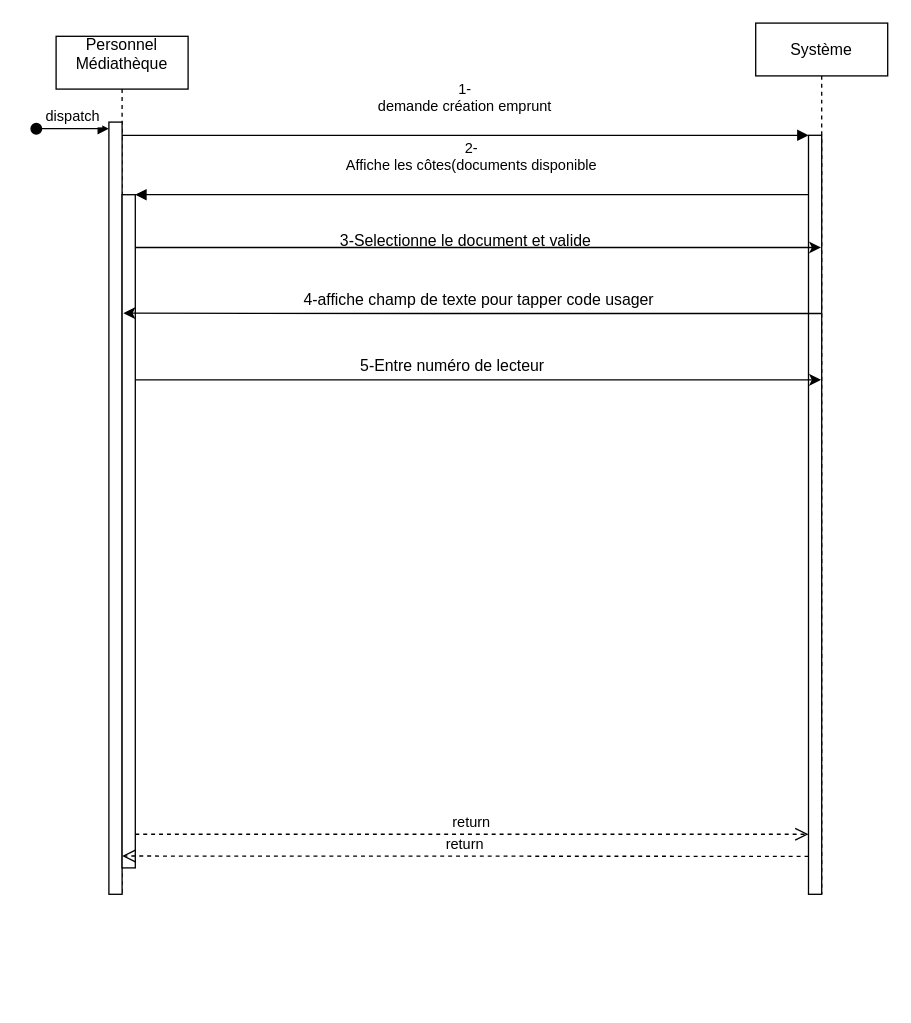
This is 2- Développer des composants d'interface/1-Maquetter une application/2- UML Partie 1/diagramme sequence mediatheque.drawio from MokhtarBeny/CDA, a draw.io file, before an edit. Source tidied: cells renumbered, new cells numbered last; positions are measured from the earlier drawing's top-left corner, leaving out a move shared by most shapes. Both pictures are drawn from the tidied source at 132%, with x=0, y=0 at pixel (36, 22).
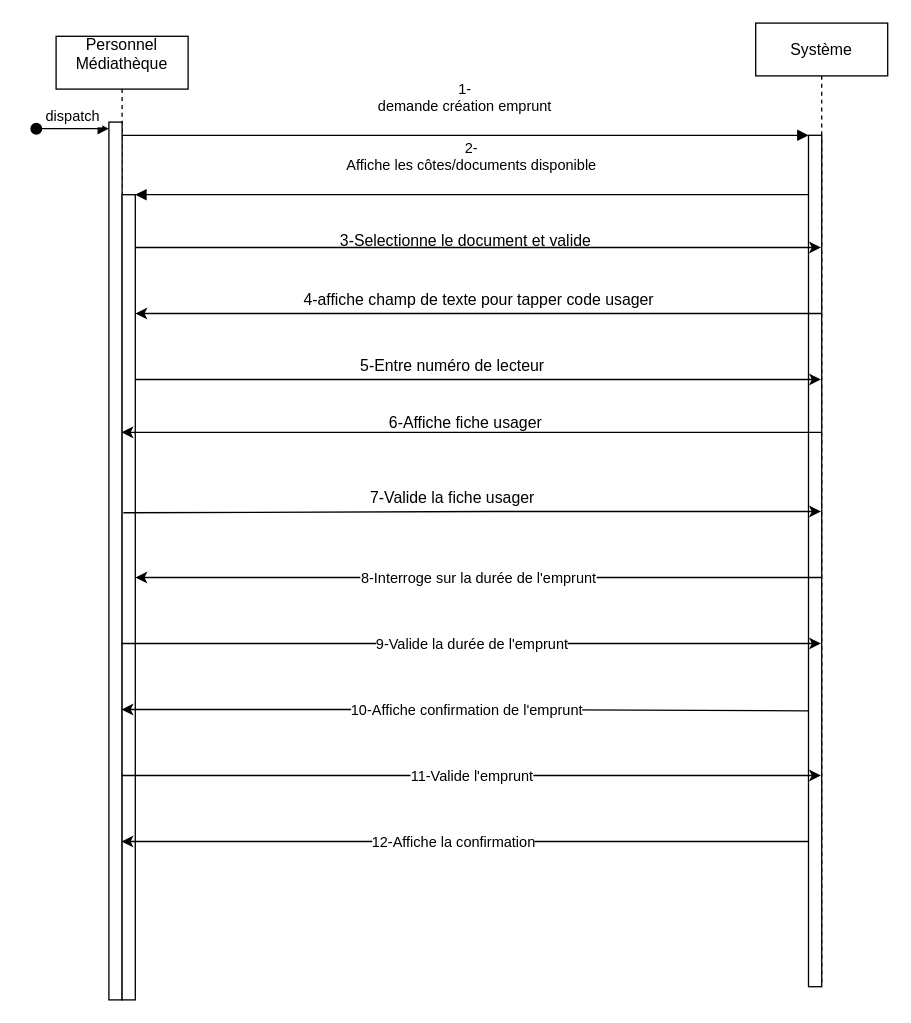
The same diagram, later.

Commit message:
Mettre à jour diagramme sequence mediatheque.drawio

Change to the diagram source:
```diff
@@
     <mxCell id="2" value="Personnel&#10;Médiathèque&#10;" style="shape=umlLifeline;perimeter=lifelinePerimeter;rounded=0;shadow=0;strokeWidth=1;" parent="1" vertex="1">
-      <mxGeometry x="15" y="10" width="100" height="650" as="geometry" />
+      <mxGeometry x="15" y="10" width="100" height="730" as="geometry" />
     </mxCell>
     <mxCell id="3" style="points=[];perimeter=orthogonalPerimeter;rounded=0;shadow=0;strokeWidth=1;" parent="2" vertex="1">
-      <mxGeometry x="40" y="65" width="10" height="585" as="geometry" />
+      <mxGeometry x="40" y="65" width="10" height="665" as="geometry" />
     </mxCell>
@@
     <mxCell id="5" style="points=[];perimeter=orthogonalPerimeter;rounded=0;shadow=0;strokeWidth=1;" parent="2" vertex="1">
-      <mxGeometry x="50" y="120" width="10" height="510" as="geometry" />
+      <mxGeometry x="50" y="120" width="10" height="610" as="geometry" />
     </mxCell>
     <mxCell id="6" value="Système" style="shape=umlLifeline;perimeter=lifelinePerimeter;rounded=0;shadow=0;strokeWidth=1;" parent="1" vertex="1">
-      <mxGeometry x="545" width="100" height="660" as="geometry" />
+      <mxGeometry x="545" width="100" height="730" as="geometry" />
     </mxCell>
     <mxCell id="7" style="points=[];perimeter=orthogonalPerimeter;rounded=0;shadow=0;strokeWidth=1;" parent="6" vertex="1">
-      <mxGeometry x="40" y="85" width="10" height="575" as="geometry" />
+      <mxGeometry x="40" y="85" width="10" height="645" as="geometry" />
     </mxCell>
-    <mxCell id="8" value="return" style="verticalAlign=bottom;endArrow=open;dashed=1;endSize=8;exitX=0;exitY=0.95;shadow=0;strokeWidth=1;" parent="1" edge="1" source="7">
-      <mxGeometry relative="1" as="geometry">
-        <mxPoint x="65" y="631" as="targetPoint" />
-      </mxGeometry>
-    </mxCell>
@@
-    <mxCell id="10" value="2-&#10;Affiche les côtes(documents disponible&#10;" style="verticalAlign=bottom;endArrow=block;entryX=1;entryY=0;shadow=0;strokeWidth=1;" parent="1" edge="1" source="7" target="5">
+    <mxCell id="10" value="2-&#10;Affiche les côtes/documents disponible&#10;" style="verticalAlign=bottom;endArrow=block;entryX=1;entryY=0;shadow=0;strokeWidth=1;" parent="1" edge="1" source="7" target="5">
       <mxGeometry relative="1" as="geometry" />
     </mxCell>
-    <mxCell id="11" value="return" style="verticalAlign=bottom;endArrow=open;dashed=1;endSize=8;exitX=1;exitY=0.95;shadow=0;strokeWidth=1;" parent="1" edge="1" source="5" target="7">
-      <mxGeometry relative="1" as="geometry" />
-    </mxCell>
@@
-    <mxCell id="14" style="endArrow=classic;html=1;rounded=0;entryX=0.1;entryY=0.176;entryDx=0;entryDy=0;entryPerimeter=0;" parent="1" edge="1" source="6" target="5">
+    <mxCell id="14" style="endArrow=classic;html=1;rounded=0;" parent="1" edge="1" source="6" target="5">
       <mxGeometry relative="1" as="geometry">
         <Array as="points">
           <mxPoint x="305" y="220" />
         </Array>
       </mxGeometry>
     </mxCell>
@@
-    <mxCell id="16" style="endArrow=classic;html=1;rounded=0;exitX=1;exitY=0.275;exitDx=0;exitDy=0;exitPerimeter=0;" parent="1" edge="1" source="5" target="6">
-      <mxGeometry relative="1" as="geometry" />
+    <mxCell id="16" style="endArrow=classic;html=1;rounded=0;" parent="1" edge="1" source="5" target="6">
+      <mxGeometry relative="1" as="geometry">
+        <Array as="points">
+          <mxPoint x="245" y="270" />
+        </Array>
+      </mxGeometry>
     </mxCell>
@@
+    <mxCell id="18" style="endArrow=classic;html=1;rounded=0;" parent="1" edge="1" source="6" target="2">
+      <mxGeometry relative="1" as="geometry">
+        <Array as="points">
+          <mxPoint x="285" y="310" />
+        </Array>
+      </mxGeometry>
+    </mxCell>
+    <mxCell id="19" value="&lt;div&gt;6-Affiche fiche usager&lt;/div&gt;&lt;div&gt;&lt;br&gt;&lt;/div&gt;" style="text;html=1;align=center;verticalAlign=middle;strokeColor=none;fillColor=none;" parent="1" vertex="1">
+      <mxGeometry x="255" y="290" width="140" height="40" as="geometry" />
+    </mxCell>
+    <mxCell id="20" value="7-Valide la fiche usager" style="text;html=1;align=center;verticalAlign=middle;strokeColor=none;fillColor=none;" parent="1" vertex="1">
+      <mxGeometry x="245" y="345" width="140" height="30" as="geometry" />
+    </mxCell>
+    <mxCell id="21" style="endArrow=classic;html=1;rounded=0;" parent="1" edge="1" source="6" target="5">
+      <mxGeometry relative="1" as="geometry">
+        <Array as="points">
+          <mxPoint x="235" y="420" />
+        </Array>
+      </mxGeometry>
+    </mxCell>
+    <mxCell id="22" value="8-Interroge sur la durée de l'emprunt" style="edgeLabel;html=1;align=center;verticalAlign=middle;" parent="21" vertex="1">
+      <mxGeometry relative="1" as="geometry" />
+    </mxCell>
+    <mxCell id="23" style="endArrow=classic;html=1;rounded=0;exitX=0.1;exitY=0.395;exitDx=0;exitDy=0;exitPerimeter=0;" parent="1" edge="1" source="5" target="6">
+      <mxGeometry relative="1" as="geometry">
+        <Array as="points">
+          <mxPoint x="345" y="370" />
+        </Array>
+      </mxGeometry>
+    </mxCell>
+    <mxCell id="24" style="endArrow=classic;html=1;rounded=0;" parent="1" edge="1" source="2" target="6">
+      <mxGeometry relative="1" as="geometry">
+        <Array as="points">
+          <mxPoint x="205" y="470" />
+        </Array>
+      </mxGeometry>
+    </mxCell>
+    <mxCell id="25" value="9-Valide la durée de l'emprunt" style="edgeLabel;html=1;align=center;verticalAlign=middle;" parent="24" vertex="1">
+      <mxGeometry relative="1" as="geometry" />
+    </mxCell>
+    <mxCell id="26" style="endArrow=classic;html=1;rounded=0;exitX=0;exitY=0.676;exitDx=0;exitDy=0;exitPerimeter=0;" parent="1" edge="1" source="7" target="2">
+      <mxGeometry relative="1" as="geometry">
+        <Array as="points">
+          <mxPoint x="325" y="520" />
+        </Array>
+      </mxGeometry>
+    </mxCell>
+    <mxCell id="27" value="10-Affiche confirmation de l'emprunt" style="edgeLabel;html=1;align=center;verticalAlign=middle;" parent="26" vertex="1">
+      <mxGeometry relative="1" as="geometry" />
+    </mxCell>
+    <mxCell id="28" style="endArrow=classic;html=1;rounded=0;" parent="1" edge="1" source="2" target="6">
+      <mxGeometry relative="1" as="geometry">
+        <Array as="points">
+          <mxPoint x="305" y="570" />
+        </Array>
+      </mxGeometry>
+    </mxCell>
+    <mxCell id="29" value="11-Valide l'emprunt " style="edgeLabel;html=1;align=center;verticalAlign=middle;" parent="28" vertex="1">
+      <mxGeometry relative="1" as="geometry" />
+    </mxCell>
+    <mxCell id="30" style="endArrow=classic;html=1;rounded=0;" parent="1" edge="1" source="7" target="2">
+      <mxGeometry relative="1" as="geometry">
+        <Array as="points">
+          <mxPoint x="405" y="620" />
+        </Array>
+      </mxGeometry>
+    </mxCell>
+    <mxCell id="31" value="12-Affiche la confirmation" style="edgeLabel;html=1;align=center;verticalAlign=middle;" parent="30" vertex="1">
+      <mxGeometry relative="1" as="geometry">
+        <mxPoint x="-10" as="offset" />
+      </mxGeometry>
+    </mxCell>
```
